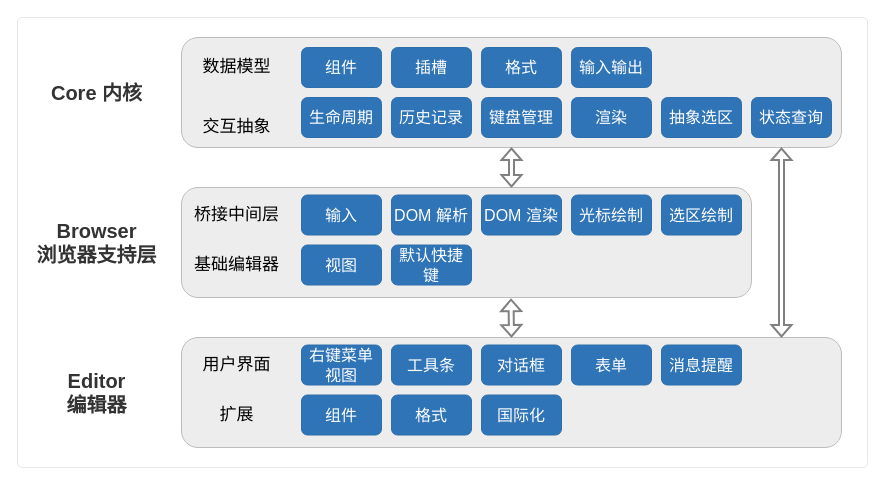
The draw.io diagram doc-editor/resource/textbus架构图.drawio in textbus/textbus.io, before the edit. Source tidied: cells renumbered, new cells numbered last; positions are measured from the earlier drawing's top-left corner, leaving out a move shared by most shapes. Both pictures are drawn from the tidied source at 100%, with x=0, y=0 at pixel (17, 17).
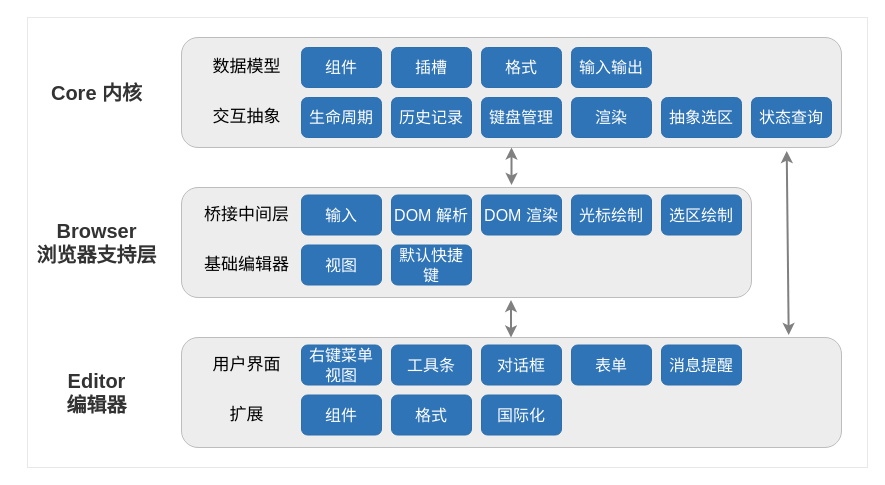
After the change.

Unchanged cells that the change refers to:
```xml
<mxCell id="3" style="rounded=1;whiteSpace=wrap;html=1;fillColor=#EDEDED;strokeColor=#BDBDBD;" parent="1" vertex="1">
  <mxGeometry x="164" y="20" width="660" height="110" as="geometry" />
</mxCell>
<mxCell id="17" style="rounded=1;whiteSpace=wrap;html=1;labelBackgroundColor=none;fillColor=#EDEDED;strokeColor=#BDBDBD;" parent="1" vertex="1">
  <mxGeometry x="164" y="170" width="570" height="110" as="geometry" />
</mxCell>
<mxCell id="28" style="rounded=1;whiteSpace=wrap;html=1;fillColor=#EDEDED;strokeColor=#BDBDBD;" parent="1" vertex="1">
  <mxGeometry x="164" y="320" width="660" height="110" as="geometry" />
</mxCell>
```

Diff of the diagram source:
```diff
@@
-    <mxCell id="2" style="rounded=1;whiteSpace=wrap;html=1;fontColor=#FFFFFF;strokeColor=#E8E8E8;fillColor=none;arcSize=1;" parent="1" vertex="1">
-      <mxGeometry width="850" height="450" as="geometry" />
-    </mxCell>
@@
     <mxCell id="6" value="数据模型" style="text;html=1;align=center;verticalAlign=middle;fontSize=17;" parent="1" vertex="1">
-      <mxGeometry x="179" y="35" width="80" height="30" as="geometry" />
+      <mxGeometry x="189" y="35" width="80" height="30" as="geometry" />
     </mxCell>
     <mxCell id="7" value="交互抽象" style="text;html=1;align=center;verticalAlign=middle;fontSize=17;" parent="1" vertex="1">
-      <mxGeometry x="179" y="95" width="80" height="30" as="geometry" />
+      <mxGeometry x="189" y="85" width="80" height="30" as="geometry" />
     </mxCell>
@@
     <mxCell id="20" value="桥接中间层" style="text;html=1;align=center;verticalAlign=middle;fontSize=17;" parent="1" vertex="1">
-      <mxGeometry x="169" y="182.5" width="100" height="30" as="geometry" />
+      <mxGeometry x="179" y="182.5" width="100" height="30" as="geometry" />
     </mxCell>
     <mxCell id="21" value="基础编辑器" style="text;html=1;align=center;verticalAlign=middle;fontSize=17;" parent="1" vertex="1">
-      <mxGeometry x="169" y="232.5" width="100" height="30" as="geometry" />
+      <mxGeometry x="179" y="232.5" width="100" height="30" as="geometry" />
     </mxCell>
@@
     <mxCell id="31" value="用户界面" style="text;html=1;align=center;verticalAlign=middle;fontSize=17;" parent="1" vertex="1">
-      <mxGeometry x="169" y="332.5" width="100" height="30" as="geometry" />
+      <mxGeometry x="179" y="332.5" width="100" height="30" as="geometry" />
     </mxCell>
     <mxCell id="32" value="扩展" style="text;html=1;align=center;verticalAlign=middle;fontSize=17;" parent="1" vertex="1">
-      <mxGeometry x="169" y="382.5" width="100" height="30" as="geometry" />
+      <mxGeometry x="179" y="382.5" width="100" height="30" as="geometry" />
     </mxCell>
@@
-    <mxCell id="40" style="shape=flexArrow;endArrow=classic;startArrow=classic;html=1;rounded=0;fontColor=#FFFFFF;strokeWidth=2;endWidth=13;endSize=3.17;width=4;startSize=3.17;startWidth=13;strokeColor=#808080;" parent="1" edge="1">
-      <mxGeometry relative="1" as="geometry">
-        <mxPoint x="764" y="320" as="sourcePoint" />
-        <mxPoint x="764" y="130" as="targetPoint" />
-      </mxGeometry>
-    </mxCell>
-    <mxCell id="41" style="shape=flexArrow;endArrow=classic;startArrow=classic;html=1;rounded=0;fontColor=#FFFFFF;strokeWidth=2;endWidth=13;endSize=3.17;width=4;startSize=3.17;startWidth=13;strokeColor=#808080;entryX=0.5;entryY=1;entryDx=0;entryDy=0;" parent="1" edge="1" target="3">
-      <mxGeometry relative="1" as="geometry">
-        <mxPoint x="494" y="170" as="sourcePoint" />
-      </mxGeometry>
-    </mxCell>
-    <mxCell id="42" style="shape=flexArrow;endArrow=classic;startArrow=classic;html=1;rounded=0;fontColor=#FFFFFF;strokeWidth=2;endWidth=13;endSize=3.17;width=4;startSize=3.17;startWidth=13;strokeColor=#808080;entryX=0.5;entryY=1;entryDx=0;entryDy=0;" parent="1" edge="1">
-      <mxGeometry relative="1" as="geometry">
-        <mxPoint x="494" y="320" as="sourcePoint" />
-        <mxPoint x="493.5" y="281.2" as="targetPoint" />
-      </mxGeometry>
-    </mxCell>
+    <mxCell id="43" style="endArrow=classic;startArrow=classic;html=1;rounded=0;fontColor=#FFFFFF;strokeColor=#808080;strokeWidth=2;exitX=0.917;exitY=1.032;exitDx=0;exitDy=0;exitPerimeter=0;entryX=0.92;entryY=-0.023;entryDx=0;entryDy=0;entryPerimeter=0;" parent="1" edge="1" source="3" target="28">
+      <mxGeometry relative="1" as="geometry" />
+    </mxCell>
+    <mxCell id="44" style="endArrow=classic;startArrow=classic;html=1;rounded=0;fontColor=#FFFFFF;strokeColor=#808080;strokeWidth=2;exitX=0.5;exitY=1;exitDx=0;exitDy=0;entryX=0.579;entryY=-0.023;entryDx=0;entryDy=0;entryPerimeter=0;" parent="1" edge="1" source="3" target="17">
+      <mxGeometry relative="1" as="geometry" />
+    </mxCell>
+    <mxCell id="45" style="endArrow=classic;startArrow=classic;html=1;rounded=0;fontColor=#FFFFFF;strokeColor=#808080;strokeWidth=2;exitX=0.5;exitY=1;exitDx=0;exitDy=0;entryX=0.579;entryY=-0.023;entryDx=0;entryDy=0;entryPerimeter=0;" parent="1" edge="1">
+      <mxGeometry relative="1" as="geometry">
+        <mxPoint x="493.5" y="282.5" as="sourcePoint" />
+        <mxPoint x="493.5" y="320" as="targetPoint" />
+      </mxGeometry>
+    </mxCell>
+    <mxCell id="46" style="rounded=0;whiteSpace=wrap;html=1;fontColor=#FFFFFF;strokeColor=#E8E8E8;fillColor=none;" parent="1" vertex="1">
+      <mxGeometry x="10" width="840" height="450" as="geometry" />
+    </mxCell>
```
